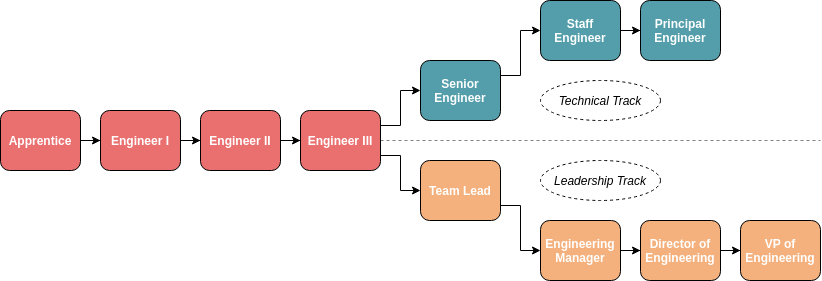
packbackbooks/engineering-docs keeps this draw.io diagram as careers/career-pathways.drawio.png. Above is the earlier version. Source tidied: cells renumbered, new cells last; positions are measured from the earlier drawing's top-left corner, leaving out a move shared by most shapes.
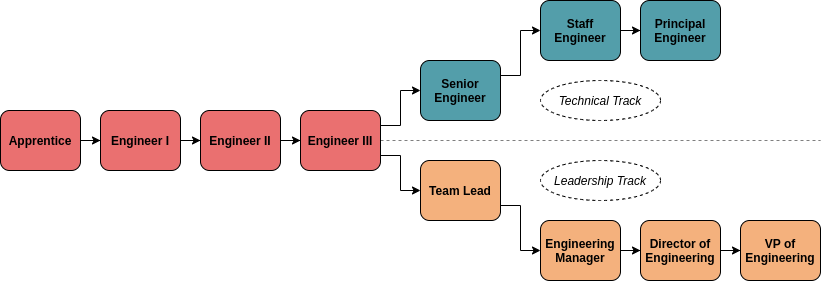
The same diagram one commit later.

Commit message:
MGMT-51 Change color of text

What changed in the source:
```diff
@@ -5,19 +5,19 @@
     <mxCell id="2" style="edgeStyle=orthogonalEdgeStyle;rounded=0;jettySize=auto;html=1;" parent="1" edge="1" source="3" target="5">
       <mxGeometry relative="1" as="geometry" />
     </mxCell>
-    <mxCell id="3" value="&lt;font color=&quot;#ffffff&quot;&gt;&lt;b&gt;Apprentice&lt;/b&gt;&lt;/font&gt;" style="rounded=1;whiteSpace=wrap;html=1;fillColor=#EA7070;" parent="1" vertex="1">
+    <mxCell id="3" value="&lt;font&gt;&lt;b&gt;Apprentice&lt;/b&gt;&lt;/font&gt;" style="rounded=1;whiteSpace=wrap;html=1;fillColor=#EA7070;fontColor=#000000;" parent="1" vertex="1">
       <mxGeometry y="110" width="80" height="60" as="geometry" />
     </mxCell>
     <mxCell id="4" style="edgeStyle=orthogonalEdgeStyle;rounded=0;jettySize=auto;html=1;" parent="1" edge="1" source="5" target="7">
       <mxGeometry relative="1" as="geometry" />
     </mxCell>
-    <mxCell id="5" value="&lt;font color=&quot;#ffffff&quot;&gt;&lt;b&gt;Engineer I&lt;/b&gt;&lt;/font&gt;" style="rounded=1;whiteSpace=wrap;html=1;fillColor=#EA7070;" parent="1" vertex="1">
+    <mxCell id="5" value="&lt;font&gt;&lt;b&gt;Engineer I&lt;/b&gt;&lt;/font&gt;" style="rounded=1;whiteSpace=wrap;html=1;fillColor=#EA7070;fontColor=#000000;" parent="1" vertex="1">
       <mxGeometry x="100" y="110" width="80" height="60" as="geometry" />
     </mxCell>
     <mxCell id="6" style="edgeStyle=orthogonalEdgeStyle;rounded=0;jettySize=auto;html=1;" parent="1" edge="1" source="7" target="10">
       <mxGeometry relative="1" as="geometry" />
     </mxCell>
-    <mxCell id="7" value="&lt;font color=&quot;#ffffff&quot;&gt;&lt;b&gt;Engineer II&lt;/b&gt;&lt;/font&gt;" style="rounded=1;whiteSpace=wrap;html=1;fillColor=#EA7070;" parent="1" vertex="1">
+    <mxCell id="7" value="&lt;font&gt;&lt;b&gt;Engineer II&lt;/b&gt;&lt;/font&gt;" style="rounded=1;whiteSpace=wrap;html=1;fillColor=#EA7070;fontColor=#000000;" parent="1" vertex="1">
       <mxGeometry x="200" y="110" width="80" height="60" as="geometry" />
     </mxCell>
     <mxCell id="8" style="edgeStyle=orthogonalEdgeStyle;rounded=0;jettySize=auto;html=1;exitX=1;exitY=0.75;exitDx=0;exitDy=0;entryX=0;entryY=0.5;entryDx=0;entryDy=0;" parent="1" edge="1" source="10" target="14">
@@ -26,19 +26,19 @@
     <mxCell id="9" style="edgeStyle=orthogonalEdgeStyle;rounded=0;jettySize=auto;html=1;exitX=1;exitY=0.25;exitDx=0;exitDy=0;entryX=0;entryY=0.5;entryDx=0;entryDy=0;" parent="1" edge="1" source="10" target="12">
       <mxGeometry relative="1" as="geometry" />
     </mxCell>
-    <mxCell id="10" value="&lt;font color=&quot;#ffffff&quot;&gt;&lt;b&gt;Engineer III&lt;/b&gt;&lt;/font&gt;" style="rounded=1;whiteSpace=wrap;html=1;fillColor=#EA7070;" parent="1" vertex="1">
+    <mxCell id="10" value="&lt;font&gt;&lt;b&gt;Engineer III&lt;/b&gt;&lt;/font&gt;" style="rounded=1;whiteSpace=wrap;html=1;fillColor=#EA7070;fontColor=#000000;" parent="1" vertex="1">
       <mxGeometry x="300" y="110" width="80" height="60" as="geometry" />
     </mxCell>
     <mxCell id="11" style="edgeStyle=orthogonalEdgeStyle;rounded=0;jettySize=auto;html=1;exitX=1;exitY=0.25;exitDx=0;exitDy=0;" parent="1" edge="1" source="12" target="22">
       <mxGeometry relative="1" as="geometry" />
     </mxCell>
-    <mxCell id="12" value="&lt;font color=&quot;#ffffff&quot;&gt;&lt;b&gt;Senior Engineer&lt;/b&gt;&lt;/font&gt;" style="rounded=1;whiteSpace=wrap;html=1;fillColor=#539EAA;" parent="1" vertex="1">
+    <mxCell id="12" value="&lt;font&gt;&lt;b&gt;Senior Engineer&lt;/b&gt;&lt;/font&gt;" style="rounded=1;whiteSpace=wrap;html=1;fillColor=#539EAA;fontColor=#000000;" parent="1" vertex="1">
       <mxGeometry x="420" y="60" width="80" height="60" as="geometry" />
     </mxCell>
     <mxCell id="13" style="edgeStyle=orthogonalEdgeStyle;rounded=0;jettySize=auto;html=1;exitX=1;exitY=0.75;exitDx=0;exitDy=0;" parent="1" edge="1" source="14" target="17">
       <mxGeometry relative="1" as="geometry" />
     </mxCell>
-    <mxCell id="14" value="&lt;b&gt;&lt;font color=&quot;#ffffff&quot;&gt;Team Lead&lt;/font&gt;&lt;/b&gt;" style="rounded=1;whiteSpace=wrap;html=1;fillColor=#F4B17D;" parent="1" vertex="1">
+    <mxCell id="14" value="&lt;b&gt;&lt;font&gt;Team Lead&lt;/font&gt;&lt;/b&gt;" style="rounded=1;whiteSpace=wrap;html=1;fillColor=#F4B17D;fontColor=#000000;" parent="1" vertex="1">
       <mxGeometry x="420" y="160" width="80" height="60" as="geometry" />
     </mxCell>
     <mxCell id="15" style="endArrow=none;html=1;exitX=1;exitY=0.5;exitDx=0;exitDy=0;dashed=1;opacity=50;" parent="1" edge="1" source="10">
@@ -49,25 +49,25 @@
     <mxCell id="16" style="edgeStyle=orthogonalEdgeStyle;rounded=0;jettySize=auto;html=1;" parent="1" edge="1" source="17" target="19">
       <mxGeometry relative="1" as="geometry" />
     </mxCell>
-    <mxCell id="17" value="&lt;font color=&quot;#ffffff&quot;&gt;&lt;b&gt;Engineering Manager&lt;/b&gt;&lt;/font&gt;" style="rounded=1;whiteSpace=wrap;html=1;fillColor=#F4B17D;" parent="1" vertex="1">
+    <mxCell id="17" value="&lt;font&gt;&lt;b&gt;Engineering Manager&lt;/b&gt;&lt;/font&gt;" style="rounded=1;whiteSpace=wrap;html=1;fillColor=#F4B17D;fontColor=#000000;" parent="1" vertex="1">
       <mxGeometry x="540" y="220" width="80" height="60" as="geometry" />
     </mxCell>
     <mxCell id="18" style="edgeStyle=orthogonalEdgeStyle;rounded=0;jettySize=auto;html=1;" parent="1" edge="1" source="19" target="20">
       <mxGeometry relative="1" as="geometry" />
     </mxCell>
-    <mxCell id="19" value="&lt;b&gt;&lt;font color=&quot;#ffffff&quot;&gt;Director of Engineering&lt;/font&gt;&lt;/b&gt;" style="rounded=1;whiteSpace=wrap;html=1;fillColor=#F4B17D;" parent="1" vertex="1">
+    <mxCell id="19" value="&lt;b&gt;&lt;font&gt;Director of Engineering&lt;/font&gt;&lt;/b&gt;" style="rounded=1;whiteSpace=wrap;html=1;fillColor=#F4B17D;fontColor=#000000;" parent="1" vertex="1">
       <mxGeometry x="640" y="220" width="80" height="60" as="geometry" />
     </mxCell>
-    <mxCell id="20" value="&lt;font color=&quot;#ffffff&quot;&gt;&lt;b&gt;VP of Engineering&lt;/b&gt;&lt;/font&gt;" style="rounded=1;whiteSpace=wrap;html=1;fillColor=#F4B17D;" parent="1" vertex="1">
+    <mxCell id="20" value="&lt;font&gt;&lt;b&gt;VP of Engineering&lt;/b&gt;&lt;/font&gt;" style="rounded=1;whiteSpace=wrap;html=1;fillColor=#F4B17D;fontColor=#000000;" parent="1" vertex="1">
       <mxGeometry x="740" y="220" width="80" height="60" as="geometry" />
     </mxCell>
     <mxCell id="21" style="edgeStyle=orthogonalEdgeStyle;rounded=0;jettySize=auto;html=1;" parent="1" edge="1" source="22" target="23">
       <mxGeometry relative="1" as="geometry" />
     </mxCell>
-    <mxCell id="22" value="&lt;font color=&quot;#ffffff&quot;&gt;&lt;b&gt;Staff&lt;br&gt;Engineer&lt;/b&gt;&lt;/font&gt;" style="rounded=1;whiteSpace=wrap;html=1;fillColor=#539EAA;" parent="1" vertex="1">
+    <mxCell id="22" value="&lt;font&gt;&lt;b&gt;Staff&lt;br&gt;Engineer&lt;/b&gt;&lt;/font&gt;" style="rounded=1;whiteSpace=wrap;html=1;fillColor=#539EAA;fontColor=#000000;" parent="1" vertex="1">
       <mxGeometry x="540" width="80" height="60" as="geometry" />
     </mxCell>
-    <mxCell id="23" value="&lt;font color=&quot;#ffffff&quot;&gt;&lt;b&gt;Principal Engineer&lt;/b&gt;&lt;/font&gt;" style="rounded=1;whiteSpace=wrap;html=1;fillColor=#539EAA;" parent="1" vertex="1">
+    <mxCell id="23" value="&lt;font&gt;&lt;b&gt;Principal Engineer&lt;/b&gt;&lt;/font&gt;" style="rounded=1;whiteSpace=wrap;html=1;fillColor=#539EAA;fontColor=#000000;" parent="1" vertex="1">
       <mxGeometry x="640" width="80" height="60" as="geometry" />
     </mxCell>
     <mxCell id="24" value="&lt;i&gt;Technical Track&lt;/i&gt;" style="ellipse;whiteSpace=wrap;html=1;labelBackgroundColor=none;align=center;dashed=1;" parent="1" vertex="1">
```
